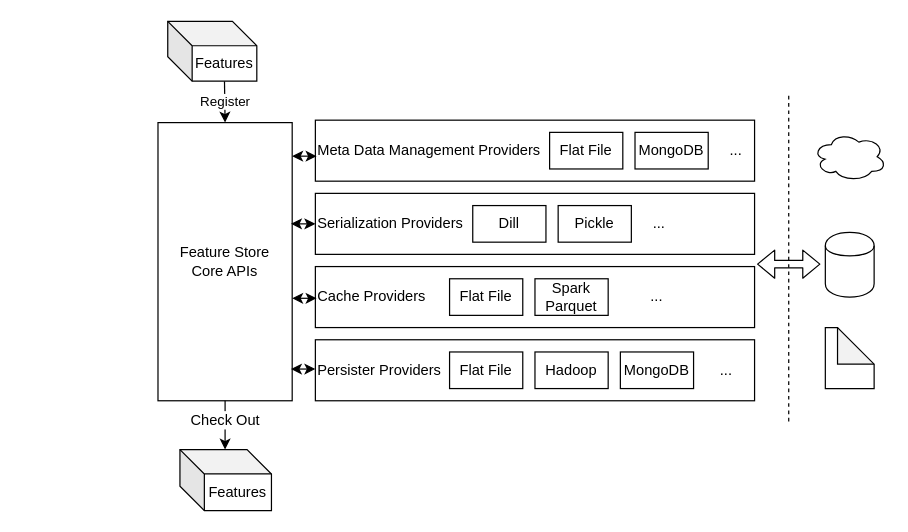
Above: doc/diagrams/nebula_design_diagram.drawio in kai-niu/dimstore (draw.io), before the change. Source tidied: cells renumbered, new cells numbered last; positions are measured from the earlier drawing's top-left corner, leaving out a move shared by most shapes. Both pictures are drawn from the tidied source at 122%, with x=0, y=0 at pixel (157, 21).
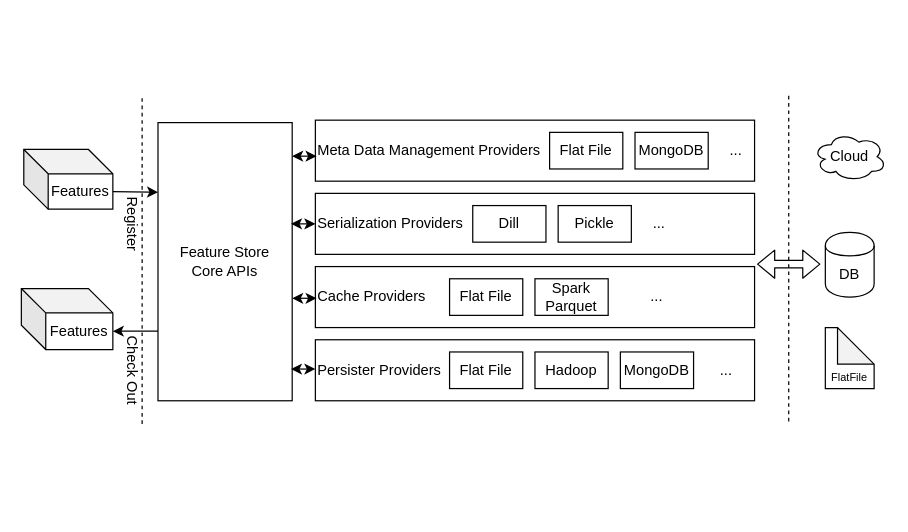
After the change.

The change refers to these unchanged cells:
```xml
<mxCell id="2" value="Feature Store&lt;br&gt;Core APIs&lt;br&gt;" style="rounded=0;whiteSpace=wrap;html=1;" parent="1" vertex="1">
  <mxGeometry y="83" width="110" height="228" as="geometry" />
</mxCell>
```

Diff of the diagram source:
```diff
@@
-    <mxCell id="25" style="ellipse;shape=cloud;whiteSpace=wrap;html=1;align=center;" parent="1" vertex="1">
+    <mxCell id="25" value="Cloud" style="ellipse;shape=cloud;whiteSpace=wrap;html=1;align=center;" parent="1" vertex="1">
       <mxGeometry x="537" y="91" width="60" height="40" as="geometry" />
     </mxCell>
-    <mxCell id="26" style="shape=cylinder;whiteSpace=wrap;html=1;boundedLbl=1;backgroundOutline=1;align=center;" parent="1" vertex="1">
+    <mxCell id="26" value="DB" style="shape=cylinder;whiteSpace=wrap;html=1;boundedLbl=1;backgroundOutline=1;align=center;" parent="1" vertex="1">
       <mxGeometry x="547" y="173" width="40" height="53" as="geometry" />
     </mxCell>
-    <mxCell id="27" style="shape=note;whiteSpace=wrap;html=1;backgroundOutline=1;darkOpacity=0.05;align=center;" parent="1" vertex="1">
+    <mxCell id="27" value="&lt;font style=&quot;font-size: 9px&quot;&gt;&lt;br&gt;&lt;br&gt;FlatFile&lt;/font&gt;&lt;br&gt;" style="shape=note;whiteSpace=wrap;html=1;backgroundOutline=1;darkOpacity=0.05;align=center;" parent="1" vertex="1">
       <mxGeometry x="547" y="251" width="40" height="50" as="geometry" />
     </mxCell>
@@
-    <mxCell id="29" value="Register" style="endArrow=classic;html=1;entryX=0.5;entryY=0;entryDx=0;entryDy=0;exitX=0;exitY=0;exitDx=46.5;exitDy=49;exitPerimeter=0;" parent="1" edge="1" source="30" target="2">
+    <mxCell id="29" style="endArrow=classic;html=1;entryX=0;entryY=0.25;entryDx=0;entryDy=0;exitX=0;exitY=0;exitDx=73;exitDy=34.5;exitPerimeter=0;" parent="1" edge="1" source="30" target="2">
       <mxGeometry relative="1" as="geometry" />
     </mxCell>
     <mxCell id="30" value="Features" style="shape=cube;whiteSpace=wrap;html=1;boundedLbl=1;backgroundOutline=1;darkOpacity=0.05;darkOpacity2=0.1;align=center;" parent="1" vertex="1">
-      <mxGeometry x="8" width="73" height="49" as="geometry" />
+      <mxGeometry x="-110" y="105" width="73" height="49" as="geometry" />
     </mxCell>
     <mxCell id="31" value="Features" style="shape=cube;whiteSpace=wrap;html=1;boundedLbl=1;backgroundOutline=1;darkOpacity=0.05;darkOpacity2=0.1;align=center;" parent="1" vertex="1">
-      <mxGeometry x="18" y="351" width="75" height="50" as="geometry" />
+      <mxGeometry x="-112" y="219" width="75" height="50" as="geometry" />
     </mxCell>
-    <mxCell id="32" style="endArrow=classic;html=1;exitX=0.5;exitY=1;exitDx=0;exitDy=0;" parent="1" edge="1" source="2">
-      <mxGeometry relative="1" as="geometry">
-        <mxPoint x="55" y="351" as="targetPoint" />
-      </mxGeometry>
+    <mxCell id="32" style="endArrow=classic;html=1;exitX=0;exitY=0.75;exitDx=0;exitDy=0;entryX=0;entryY=0;entryDx=75;entryDy=35;entryPerimeter=0;" parent="1" edge="1" source="2" target="31">
+      <mxGeometry relative="1" as="geometry" />
     </mxCell>
+    <mxCell id="34" value="Register" style="text;html=1;align=left;verticalAlign=top;spacingTop=-4;rotation=90;" parent="1" vertex="1">
+      <mxGeometry x="-51" y="162" width="60" height="20" as="geometry" />
+    </mxCell>
-    <mxCell id="33" value="Check Out&lt;br&gt;" style="text;html=1;align=center;verticalAlign=middle;labelBackgroundColor=#ffffff;" parent="32" vertex="1">
-      <mxGeometry x="-0.25" y="-1" relative="1" as="geometry" />
+    <mxCell id="33" value="Check Out" style="text;html=1;align=left;verticalAlign=top;spacingTop=-4;rotation=90;" parent="1" vertex="1">
+      <mxGeometry x="-56" y="281" width="70" height="20" as="geometry" />
     </mxCell>
+    <mxCell id="35" style="endArrow=none;dashed=1;html=1;" parent="1" edge="1">
+      <mxGeometry relative="1" as="geometry">
+        <mxPoint x="-13" y="63" as="sourcePoint" />
+        <mxPoint x="-13" y="333" as="targetPoint" />
+      </mxGeometry>
+    </mxCell>
```
